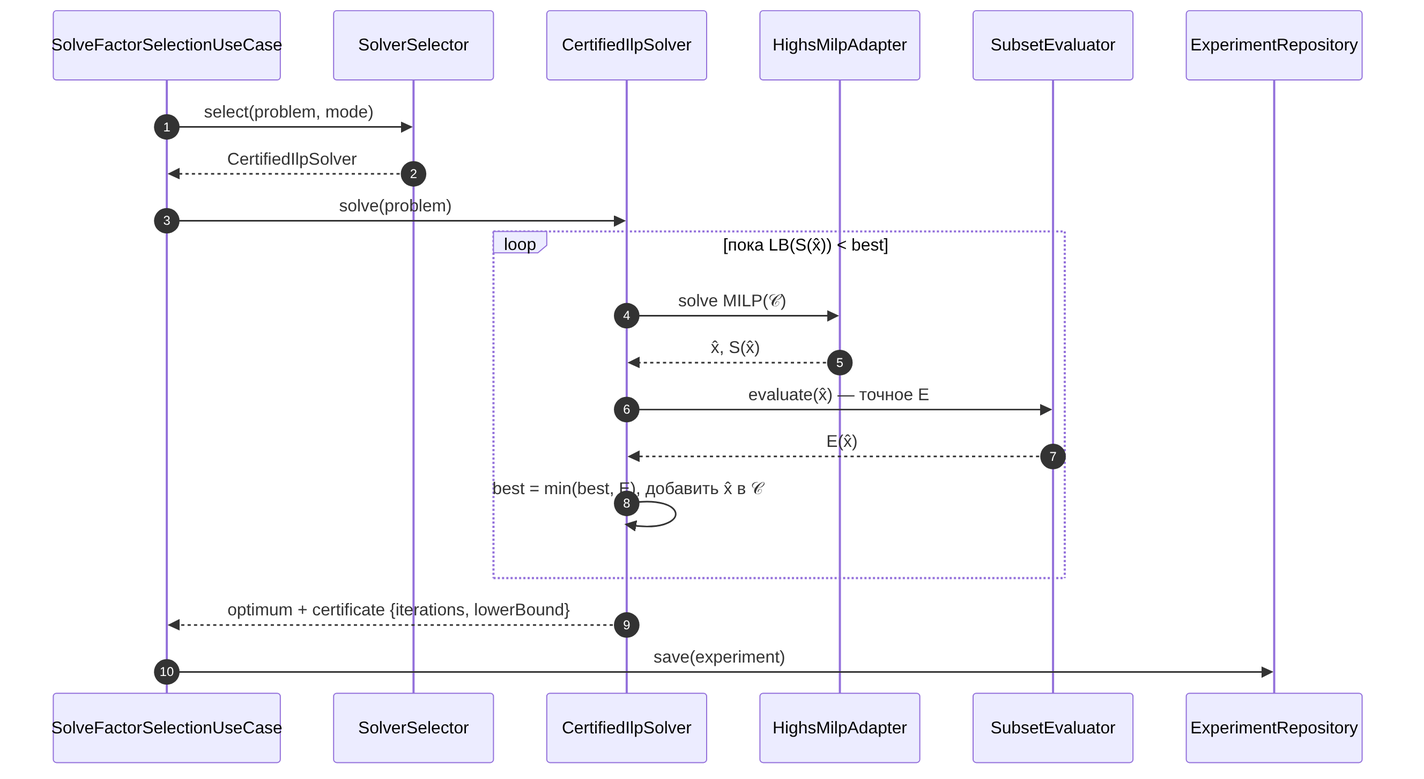
Before: docs/diagrams/09-seq-factor-ilp.png, a diagram exported from Mermaid (DcNi3L/bioauth-optimizer). Its source is kept beside it as docs/diagrams/09-seq-factor-ilp.mmd. Source of this version:
```mermaid
sequenceDiagram
  autonumber
  participant UC as SolveFactorSelectionUseCase
  participant SS as SolverSelector
  participant S as CertifiedIlpSolver
  participant M as HighsMilpAdapter
  participant E as SubsetEvaluator
  participant R as ExperimentRepository
  UC->>SS: select(problem, mode)
  SS-->>UC: CertifiedIlpSolver
  UC->>S: solve(problem)
  loop пока LB(S(x̂)) < best
    S->>M: solve MILP(𝒞)
    M-->>S: x̂, S(x̂)
    S->>E: evaluate(x̂) — точное E
    E-->>S: E(x̂)
    S->>S: best = min(best, E), добавить x̂ в 𝒞
  end
  S-->>UC: optimum + certificate {iterations, lowerBound}
  UC->>R: save(experiment)
```
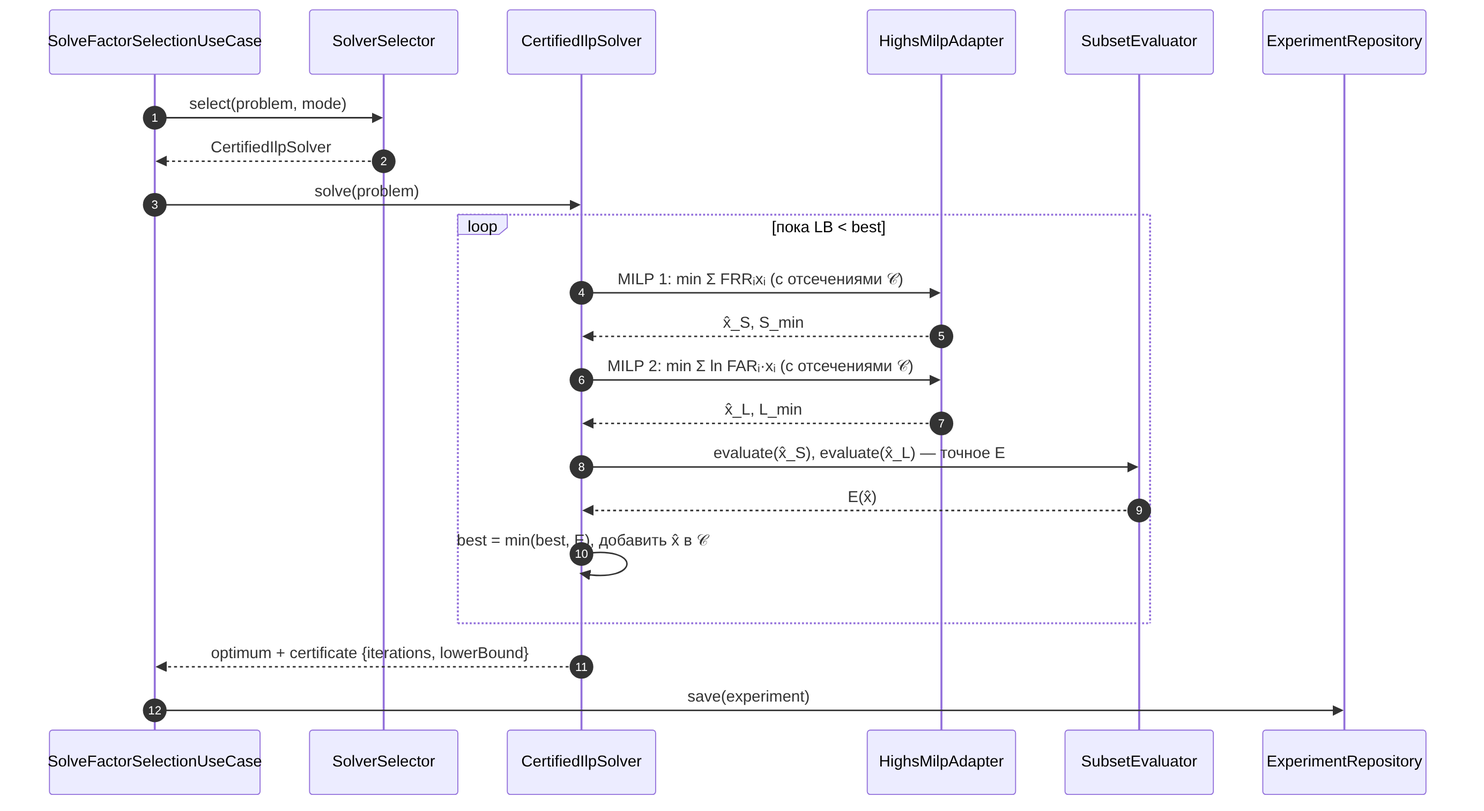
The same diagram one commit later.

The edit, as a diff of the source:
```diff
@@ -9,10 +9,12 @@
   UC->>SS: select(problem, mode)
   SS-->>UC: CertifiedIlpSolver
   UC->>S: solve(problem)
-  loop пока LB(S(x̂)) < best
-    S->>M: solve MILP(𝒞)
-    M-->>S: x̂, S(x̂)
-    S->>E: evaluate(x̂) — точное E
+  loop пока LB < best
+    S->>M: MILP 1: min Σ FRRᵢxᵢ (с отсечениями 𝒞)
+    M-->>S: x̂_S, S_min
+    S->>M: MILP 2: min Σ ln FARᵢ·xᵢ (с отсечениями 𝒞)
+    M-->>S: x̂_L, L_min
+    S->>E: evaluate(x̂_S), evaluate(x̂_L) — точное E
     E-->>S: E(x̂)
     S->>S: best = min(best, E), добавить x̂ в 𝒞
   end
```
